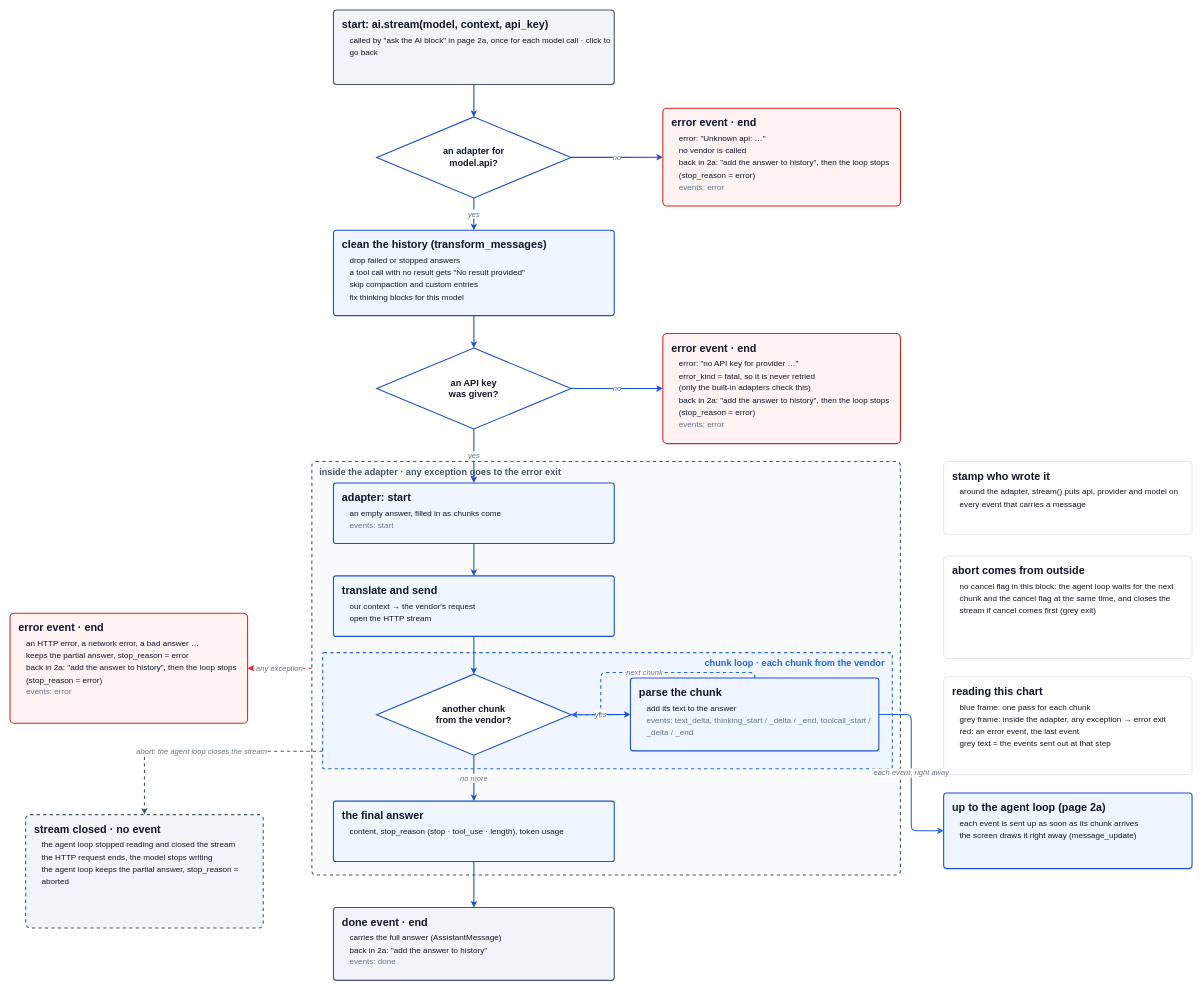
The draw.io diagram page "1a · ai.stream (flowchart)" (4 of 7) of docs/guidebook/img/architecture.drawio in danhugo/simp-agent, before the edit. Source tidied: cells renumbered, new cells numbered last; positions are measured from the earlier drawing's top-left corner, leaving out a move shared by most shapes. Both pictures are drawn from the tidied source at 54%, with x=0, y=0 at pixel (10, 10).
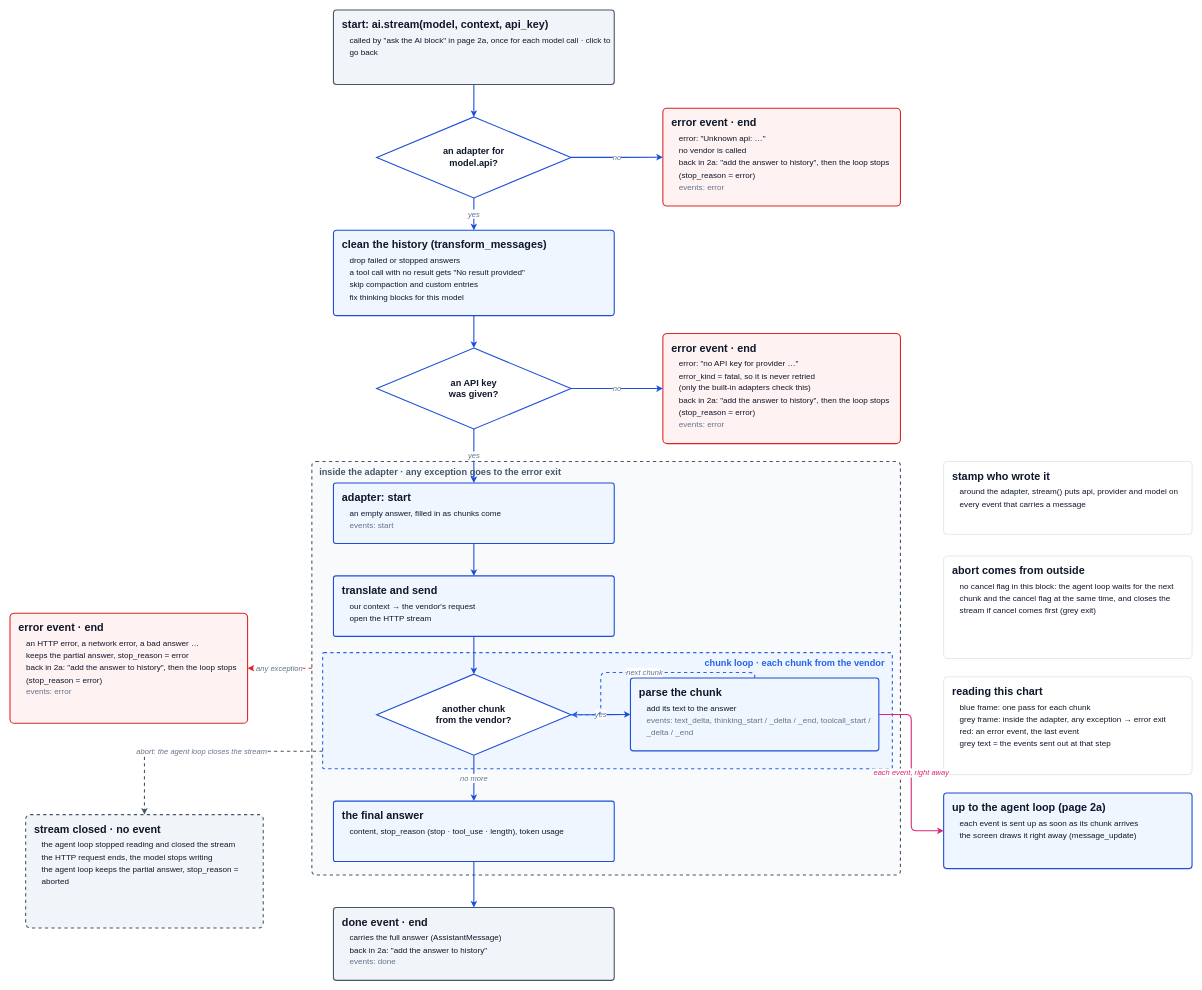
The same page after the edit.

Unchanged cells that the change refers to:
```xml
<mxCell id="13" value="&lt;b style=&quot;font-size:20px&quot;&gt;parse the chunk&lt;/b&gt;&lt;div style=&quot;font-size:15px;line-height:1.5;margin-top:6px;padding-left:14px&quot;&gt;add its text to the answer&lt;br&gt;&lt;span style=&quot;color:#64748b&quot;&gt;events: text_delta, thinking_start / _delta / _end, toolcall_start / _delta / _end&lt;/span&gt;&lt;/div&gt;" style="whiteSpace=wrap;html=1;align=left;verticalAlign=top;spacingLeft=14;spacingTop=8;rounded=1;arcSize=4;strokeWidth=2;fontColor=#0f172a;fillColor=#eff6ff;strokeColor=#1d4ed8;" parent="1" vertex="1">
  <mxGeometry x="1149" y="1237" width="460" height="135" as="geometry" />
</mxCell>
<mxCell id="33" value="&lt;b style=&quot;font-size:20px&quot;&gt;up to the agent loop (page 2a)&lt;/b&gt;&lt;div style=&quot;font-size:15px;line-height:1.5;margin-top:6px;padding-left:14px&quot;&gt;each event is sent up as soon as its chunk arrives&lt;br&gt;the screen draws it right away (message_update)&lt;/div&gt;" style="whiteSpace=wrap;html=1;align=left;verticalAlign=top;spacingLeft=14;spacingTop=8;rounded=1;arcSize=4;strokeWidth=2;fontColor=#0f172a;fillColor=#eff6ff;strokeColor=#1d4ed8;" parent="1" vertex="1">
  <mxGeometry x="1729" y="1450" width="460" height="140" as="geometry" />
</mxCell>
```

What changed in the source:
```diff
@@
-    <mxCell id="34" value="each event, right away" style="edgeStyle=orthogonalEdgeStyle;rounded=1;html=1;fontSize=14;fontStyle=2;fontColor=#64748b;strokeWidth=2;strokeColor=#2563eb;exitX=1;exitY=0.5;entryX=0;entryY=0.5;" parent="1" edge="1" source="13" target="33">
+    <mxCell id="34" value="each event, right away" style="edgeStyle=orthogonalEdgeStyle;rounded=1;html=1;fontSize=14;fontStyle=2;strokeWidth=2;exitX=1;exitY=0.5;entryX=0;entryY=0.5;strokeColor=#db2777;fontColor=#db2777;" parent="1" edge="1" source="13" target="33">
       <mxGeometry relative="1" as="geometry" />
     </mxCell>
```
